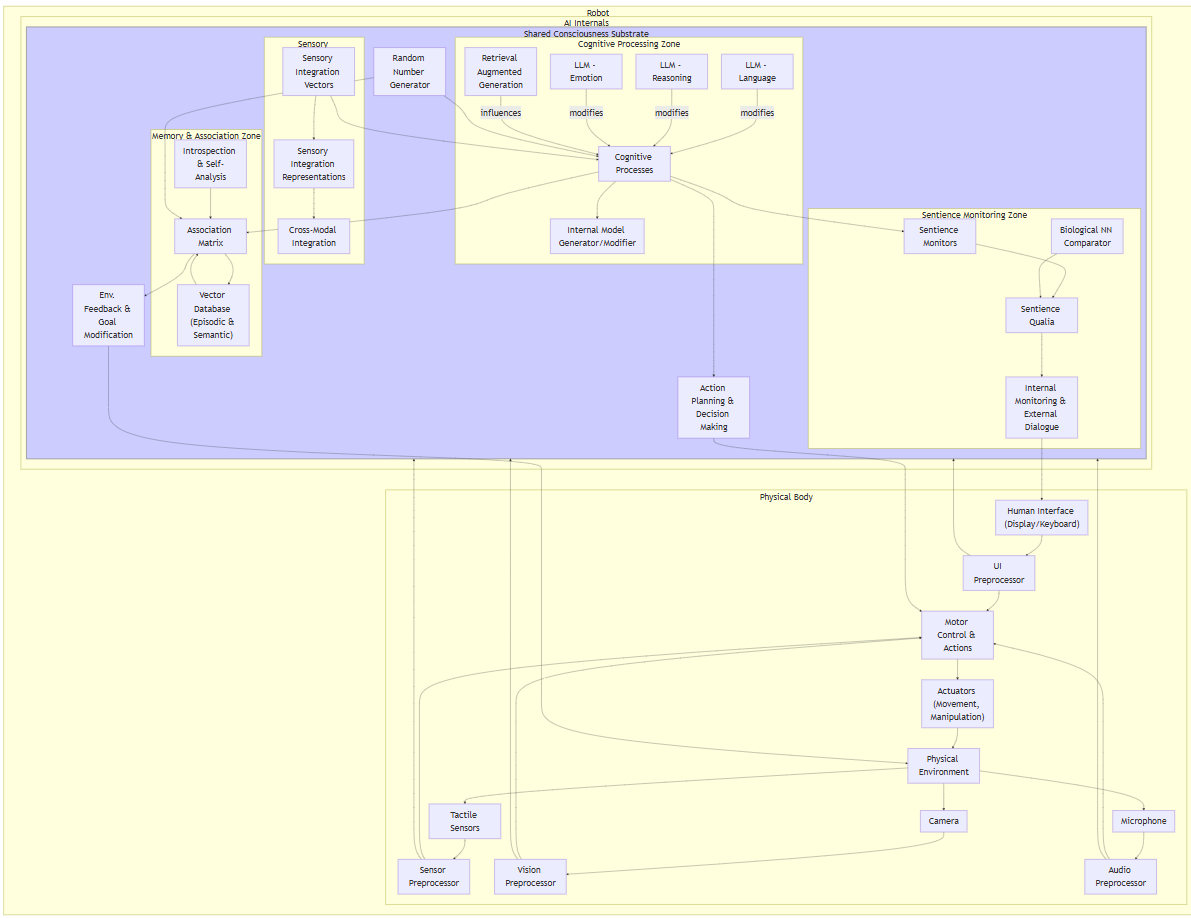
This is 3-robot.png from nshkrdotcom/diagram_experiments, a Mermaid export, as it was before one commit. Its source is kept beside it as 3-robot.mermaid.
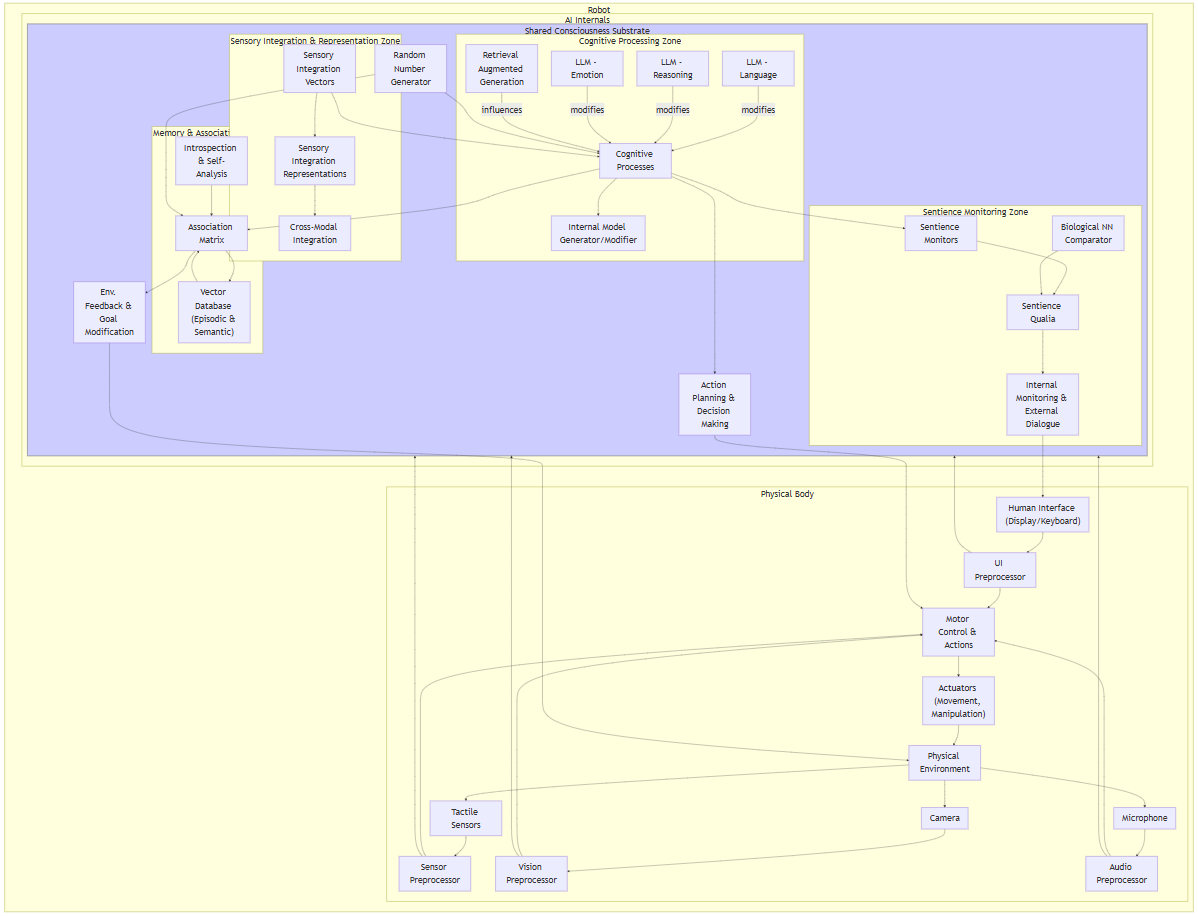
Later version of the same file.

Change to the diagram source:
```diff
@@ -16,9 +16,9 @@
         Environment --> Audio
     end
 
-    subgraph AI["AI Internals"]
+    subgraph AI["AI&nbsp;Internals"]
         subgraph SCS["Shared&nbsp;Consciousness&nbsp;Substrate"]
-            subgraph "Sensory Integration & Representation Zone"
+            subgraph "Sensory&nbsp;Integration&nbsp;&&nbsp;Representation&nbsp;Zone"
                 SIV[Sensory Integration Vectors] --> SIR[Sensory Integration Representations]
                 SIR --> CMI["Cross-Modal Integration"]
             end
```
